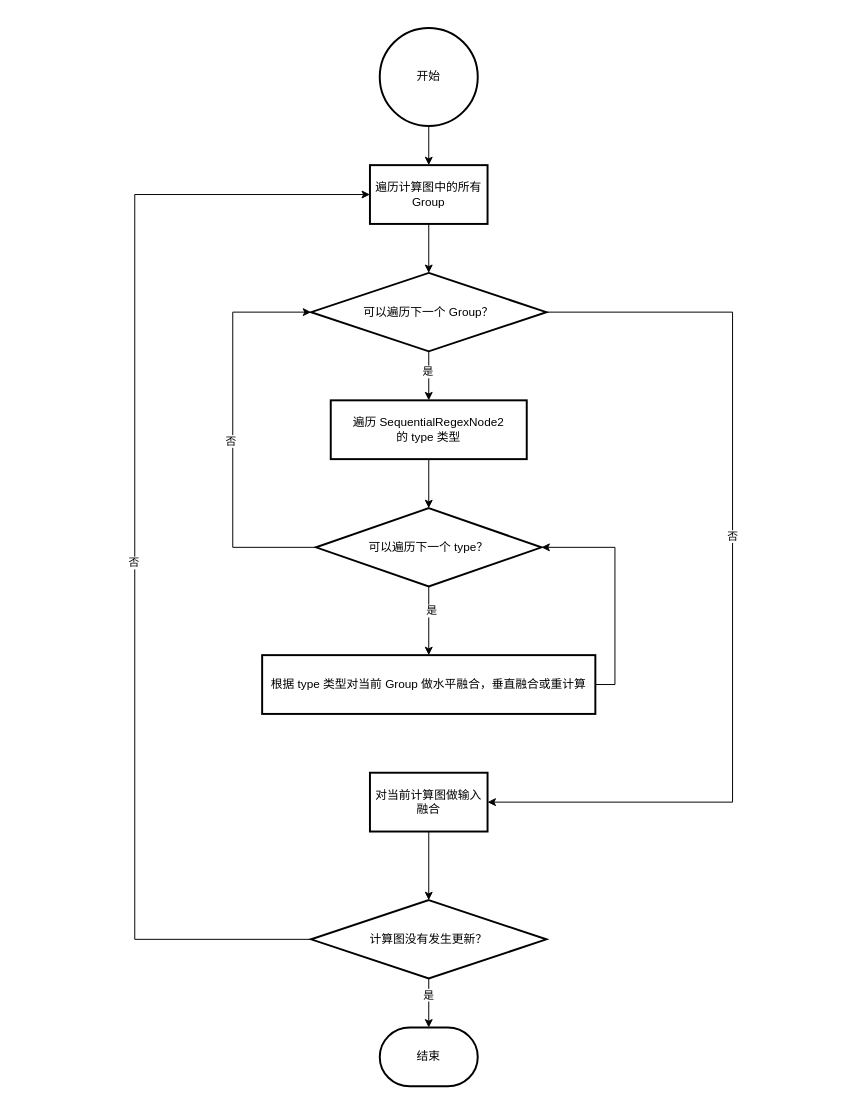
This is AST执行流程图.drawio from jiahy0825/draw.io, a draw.io file, before an edit. Source tidied: cells renumbered, new cells numbered last; positions are measured from the earlier drawing's top-left corner, leaving out a move shared by most shapes. Both pictures are drawn from the tidied source at 98%, with x=0, y=0 at pixel (134, 27).
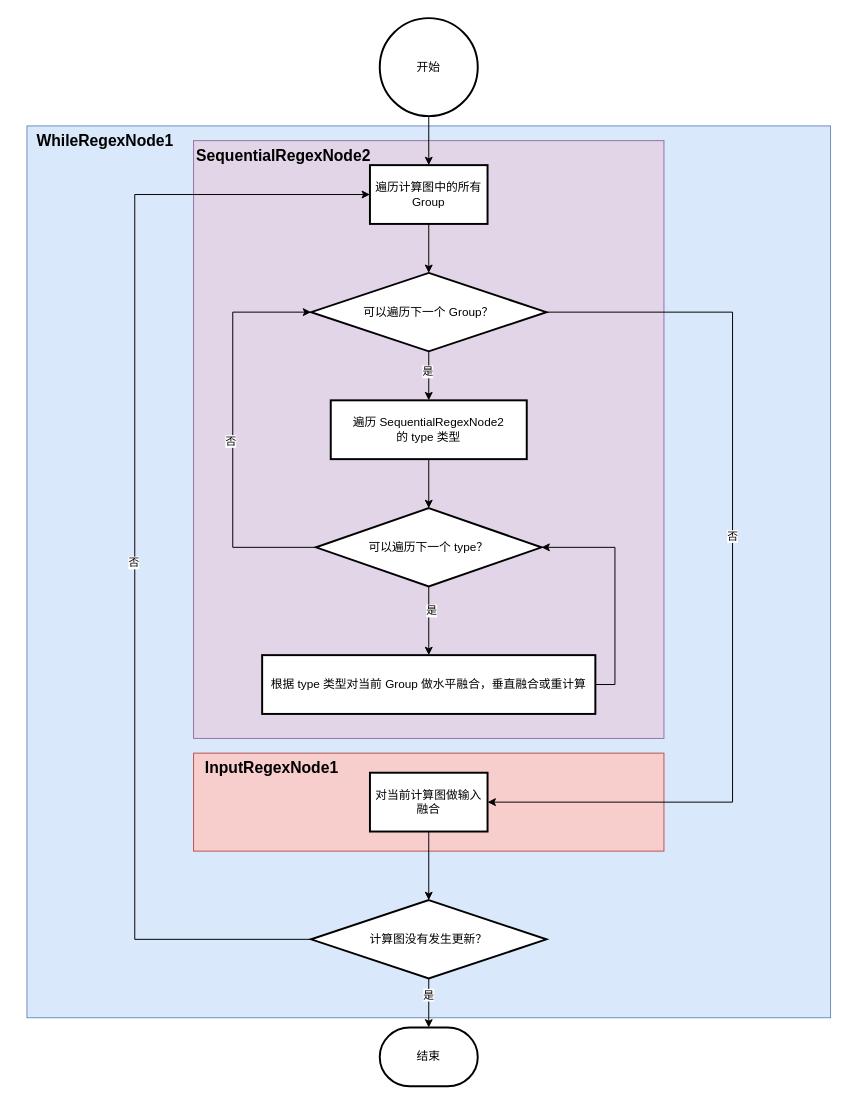
The same diagram, later.

Commit message (it also covers changes not shown here):
更新AST执行流程图.drawio

What changed in the source:
```diff
@@
+    <mxCell id="28" style="rounded=0;whiteSpace=wrap;html=1;fillColor=#dae8fc;strokeColor=#6c8ebf;" parent="1" vertex="1">
+      <mxGeometry x="-110" y="100" width="820" height="910" as="geometry" />
+    </mxCell>
+    <mxCell id="29" style="rounded=0;whiteSpace=wrap;html=1;fillColor=#f8cecc;strokeColor=#b85450;" parent="1" vertex="1">
+      <mxGeometry x="60" y="740" width="480" height="100" as="geometry" />
+    </mxCell>
+    <mxCell id="30" style="rounded=0;whiteSpace=wrap;html=1;fillColor=#e1d5e7;strokeColor=#9673a6;" parent="1" vertex="1">
+      <mxGeometry x="60" y="115" width="480" height="610" as="geometry" />
+    </mxCell>
@@
     <mxCell id="3" value="开始" style="strokeWidth=2;html=1;shape=mxgraph.flowchart.start_2;whiteSpace=wrap;" parent="1" vertex="1">
-      <mxGeometry x="250" width="100" height="100" as="geometry" />
+      <mxGeometry x="250" y="-10" width="100" height="100" as="geometry" />
     </mxCell>
@@
+    <mxCell id="31" value="&lt;b&gt;&lt;font style=&quot;font-size: 16px;&quot;&gt;SequentialRegexNode2&lt;/font&gt;&lt;/b&gt;&lt;span style=&quot;font-size: medium; text-align: start;&quot;&gt;&lt;/span&gt;" style="text;html=1;strokeColor=none;fillColor=none;align=center;verticalAlign=middle;whiteSpace=wrap;rounded=0;" parent="1" vertex="1">
+      <mxGeometry x="62" y="115" width="180" height="30" as="geometry" />
+    </mxCell>
+    <mxCell id="32" value="&lt;b&gt;&lt;font style=&quot;font-size: 16px;&quot;&gt;InputRegexNode1&lt;/font&gt;&lt;/b&gt;" style="text;html=1;strokeColor=none;fillColor=none;align=center;verticalAlign=middle;whiteSpace=wrap;rounded=0;" parent="1" vertex="1">
+      <mxGeometry x="50" y="740" width="180" height="30" as="geometry" />
+    </mxCell>
+    <mxCell id="33" value="&lt;b&gt;&lt;font style=&quot;font-size: 16px;&quot;&gt;WhileRegexNode1&lt;/font&gt;&lt;/b&gt;" style="text;html=1;strokeColor=none;fillColor=none;align=center;verticalAlign=middle;whiteSpace=wrap;rounded=0;" parent="1" vertex="1">
+      <mxGeometry x="-120" y="100" width="180" height="30" as="geometry" />
+    </mxCell>
```
